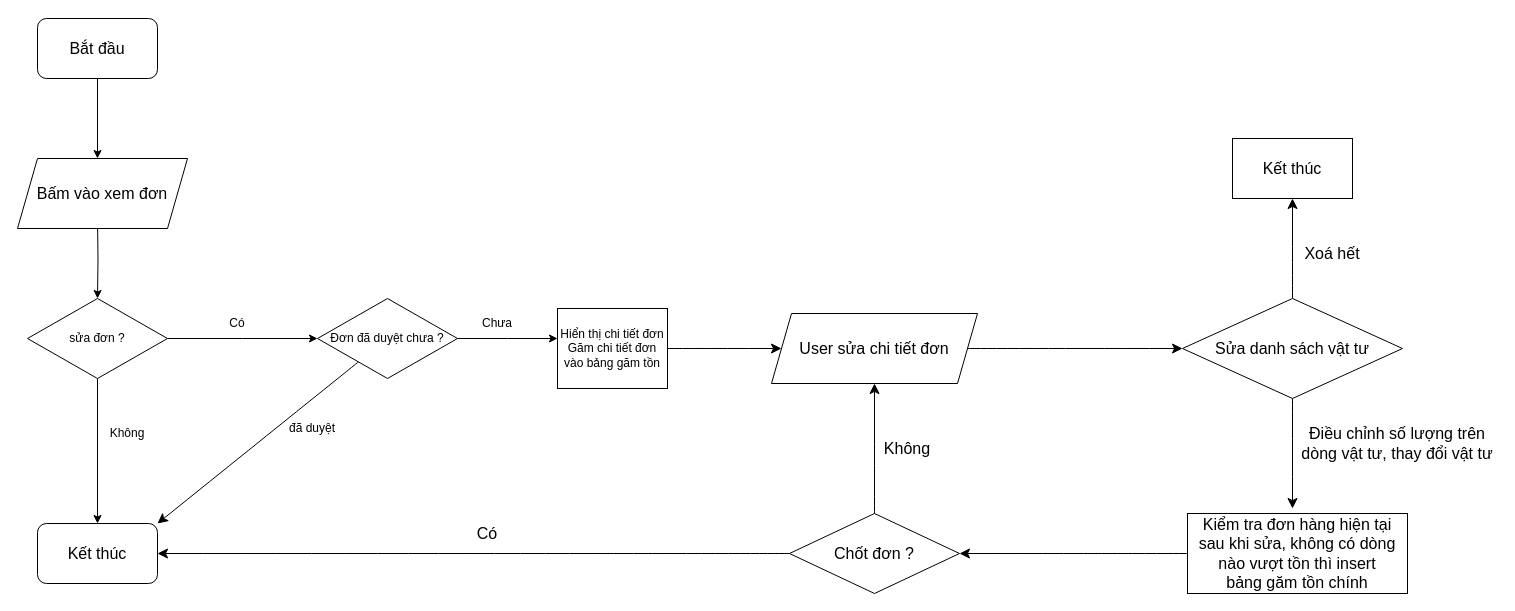
This is Untitled Diagram.drawio from seriousman1220/dotnetDocument, a draw.io file, before an edit. Source tidied: cells renumbered, new cells numbered last; positions are measured from the earlier drawing's top-left corner, leaving out a move shared by most shapes. Both pictures are drawn from the tidied source at 100%, with x=0, y=0 at pixel (17, 18).
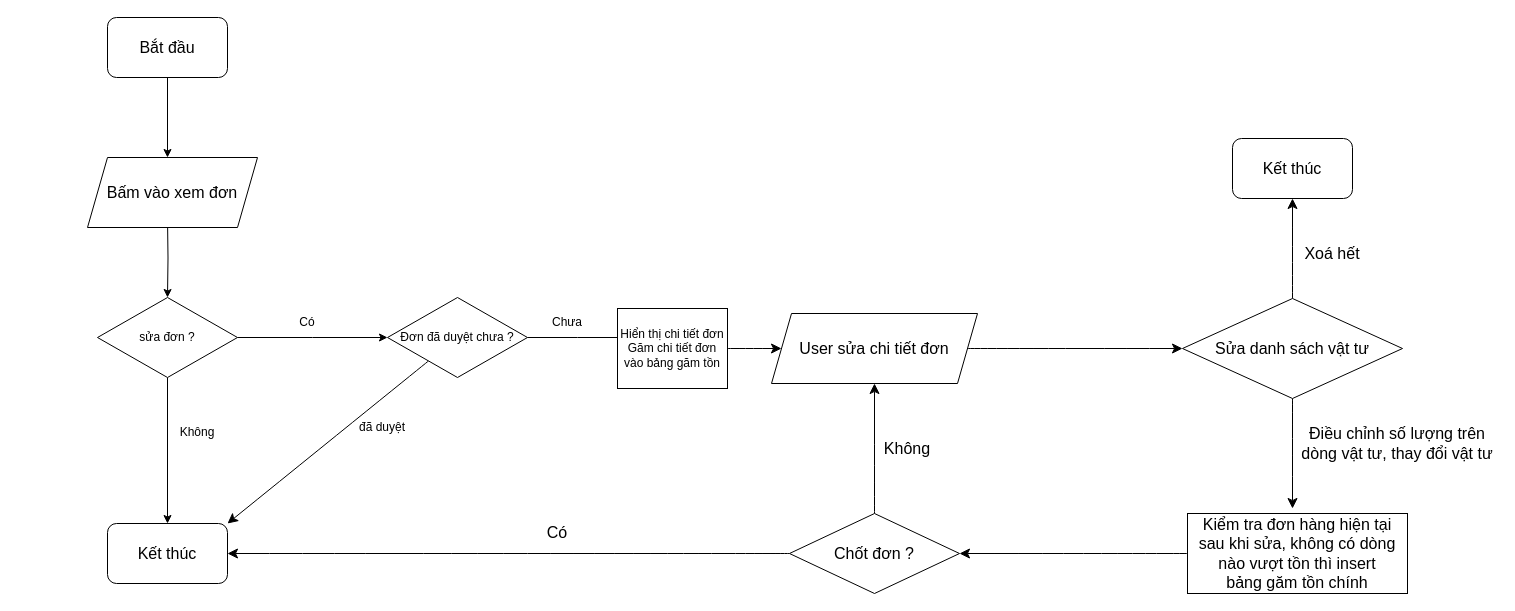
The same diagram, later.

Commit message:
FlowChart_KGDMS_PostCheckTonGetGia

Unchanged cells that the change refers to:
```xml
<mxCell id="21" value="Sửa danh sách vật tư" style="rhombus;whiteSpace=wrap;html=1;fontSize=16;" parent="1" vertex="1">
  <mxGeometry x="1165" y="280" width="220" height="100" as="geometry" />
</mxCell>
<mxCell id="31" value="Chốt đơn ?" style="rhombus;whiteSpace=wrap;html=1;fontSize=16;rounded=0;" parent="1" vertex="1">
  <mxGeometry x="772" y="495" width="170" height="80" as="geometry" />
</mxCell>
```

Change to the diagram source:
```diff
@@
     <mxCell id="2" style="edgeStyle=orthogonalEdgeStyle;rounded=0;orthogonalLoop=1;jettySize=auto;html=1;exitX=0.5;exitY=1;exitDx=0;exitDy=0;" parent="1" edge="1">
       <mxGeometry relative="1" as="geometry">
-        <mxPoint x="80" y="60" as="sourcePoint" />
-        <mxPoint x="80" y="140" as="targetPoint" />
+        <mxPoint x="150" y="59" as="sourcePoint" />
+        <mxPoint x="150" y="139" as="targetPoint" />
       </mxGeometry>
     </mxCell>
     <mxCell id="3" style="edgeStyle=orthogonalEdgeStyle;rounded=0;jettySize=auto;html=1;entryX=0.5;entryY=0;entryDx=0;entryDy=0;" parent="1" edge="1" target="6">
       <mxGeometry relative="1" as="geometry">
-        <mxPoint x="80" y="200" as="sourcePoint" />
+        <mxPoint x="150" y="199" as="sourcePoint" />
       </mxGeometry>
     </mxCell>
@@
     <mxCell id="5" style="edgeStyle=orthogonalEdgeStyle;rounded=0;jettySize=auto;html=1;entryX=0;entryY=0.5;entryDx=0;entryDy=0;" parent="1" edge="1" source="6">
       <mxGeometry relative="1" as="geometry">
-        <mxPoint x="300" y="320" as="targetPoint" />
+        <mxPoint x="370" y="319" as="targetPoint" />
       </mxGeometry>
     </mxCell>
     <mxCell id="6" value="sửa đơn ?" style="rhombus;whiteSpace=wrap;html=1;" parent="1" vertex="1">
-      <mxGeometry x="10" y="280" width="140" height="80" as="geometry" />
+      <mxGeometry x="80" y="279" width="140" height="80" as="geometry" />
     </mxCell>
     <mxCell id="7" value="Không" style="text;strokeColor=none;align=center;fillColor=none;html=1;verticalAlign=middle;whiteSpace=wrap;rounded=0;" parent="1" vertex="1">
-      <mxGeometry x="80" y="400" width="60" height="30" as="geometry" />
+      <mxGeometry x="150" y="399" width="60" height="30" as="geometry" />
     </mxCell>
     <mxCell id="8" value="Có" style="text;strokeColor=none;align=center;fillColor=none;html=1;verticalAlign=middle;whiteSpace=wrap;rounded=0;" parent="1" vertex="1">
-      <mxGeometry x="190" y="290" width="60" height="30" as="geometry" />
+      <mxGeometry x="260" y="289" width="60" height="30" as="geometry" />
     </mxCell>
     <mxCell id="9" style="edgeStyle=orthogonalEdgeStyle;rounded=0;jettySize=auto;html=1;" parent="1" edge="1" source="11">
       <mxGeometry relative="1" as="geometry">
-        <mxPoint x="540" y="320" as="targetPoint" />
+        <mxPoint x="610" y="319" as="targetPoint" />
       </mxGeometry>
     </mxCell>
@@
     <mxCell id="11" value="Đơn đã duyệt chưa ?" style="rhombus;whiteSpace=wrap;html=1;" parent="1" vertex="1">
-      <mxGeometry x="300" y="280" width="140" height="80" as="geometry" />
+      <mxGeometry x="370" y="279" width="140" height="80" as="geometry" />
     </mxCell>
     <mxCell id="12" value="đã duyệt" style="text;strokeColor=none;align=center;fillColor=none;html=1;verticalAlign=middle;whiteSpace=wrap;rounded=0;" parent="1" vertex="1">
-      <mxGeometry x="240" y="390" width="110" height="40" as="geometry" />
+      <mxGeometry x="310" y="389" width="110" height="40" as="geometry" />
     </mxCell>
     <mxCell id="13" value="Chưa" style="text;strokeColor=none;align=center;fillColor=none;html=1;verticalAlign=middle;whiteSpace=wrap;rounded=0;" parent="1" vertex="1">
-      <mxGeometry x="450" y="290" width="60" height="30" as="geometry" />
+      <mxGeometry x="520" y="289" width="60" height="30" as="geometry" />
     </mxCell>
@@
     <mxCell id="15" value="Hiển thị chi tiết đơn &lt;br&gt;Găm chi tiết đơn vào bảng găm tồn" style="rounded=0;whiteSpace=wrap;html=1;" parent="1" vertex="1">
-      <mxGeometry x="540" y="290" width="110" height="80" as="geometry" />
+      <mxGeometry x="600" y="290" width="110" height="80" as="geometry" />
     </mxCell>
     <mxCell id="16" value="Bắt đầu" style="rounded=1;whiteSpace=wrap;html=1;fontSize=16;" parent="1" vertex="1">
-      <mxGeometry x="20" width="120" height="60" as="geometry" />
+      <mxGeometry x="90" y="-1" width="120" height="60" as="geometry" />
     </mxCell>
     <mxCell id="17" value="Kết thúc" style="rounded=1;whiteSpace=wrap;html=1;fontSize=16;" parent="1" vertex="1">
-      <mxGeometry x="20" y="505" width="120" height="60" as="geometry" />
+      <mxGeometry x="90" y="505" width="120" height="60" as="geometry" />
     </mxCell>
     <mxCell id="18" value="Bấm vào xem đơn" style="shape=parallelogram;perimeter=parallelogramPerimeter;whiteSpace=wrap;html=1;fixedSize=1;fontSize=16;" parent="1" vertex="1">
-      <mxGeometry y="140" width="170" height="70" as="geometry" />
+      <mxGeometry x="70" y="139" width="170" height="70" as="geometry" />
     </mxCell>
-    <mxCell id="19" style="edgeStyle=none;curved=1;rounded=0;jettySize=auto;html=1;fontSize=12;startSize=8;endSize=8;" parent="1" edge="1" source="21" target="22">
-      <mxGeometry relative="1" as="geometry" />
+    <mxCell id="19" style="edgeStyle=none;curved=1;rounded=0;jettySize=auto;html=1;fontSize=12;startSize=8;endSize=8;" parent="1" edge="1" source="21">
+      <mxGeometry relative="1" as="geometry">
+        <mxPoint x="1275" y="180" as="targetPoint" />
+      </mxGeometry>
     </mxCell>
@@
-    <mxCell id="22" value="Kết thúc" style="whiteSpace=wrap;html=1;fontSize=16;" parent="1" vertex="1">
-      <mxGeometry x="1215" y="120" width="120" height="60" as="geometry" />
-    </mxCell>
@@
-    <mxCell id="29" style="edgeStyle=none;curved=1;rounded=0;jettySize=auto;html=1;fontSize=12;startSize=8;endSize=8;" parent="1" edge="1" source="31">
-      <mxGeometry relative="1" as="geometry">
-        <mxPoint x="140" y="535" as="targetPoint" />
-      </mxGeometry>
+    <mxCell id="29" style="edgeStyle=none;curved=1;rounded=0;jettySize=auto;html=1;fontSize=12;startSize=8;endSize=8;entryX=1;entryY=0.5;entryDx=0;entryDy=0;" parent="1" edge="1" source="31" target="17">
+      <mxGeometry relative="1" as="geometry" />
     </mxCell>
@@
     <mxCell id="32" value="Có" style="text;strokeColor=none;align=center;fillColor=none;html=1;verticalAlign=middle;whiteSpace=wrap;rounded=0;fontSize=16;" parent="1" vertex="1">
-      <mxGeometry x="430" y="495" width="80" height="40" as="geometry" />
+      <mxGeometry x="500" y="494" width="80" height="40" as="geometry" />
     </mxCell>
@@
+    <mxCell id="22" value="Kết thúc" style="rounded=1;whiteSpace=wrap;html=1;fontSize=16;" parent="1" vertex="1">
+      <mxGeometry x="1215" y="120" width="120" height="60" as="geometry" />
+    </mxCell>
```
